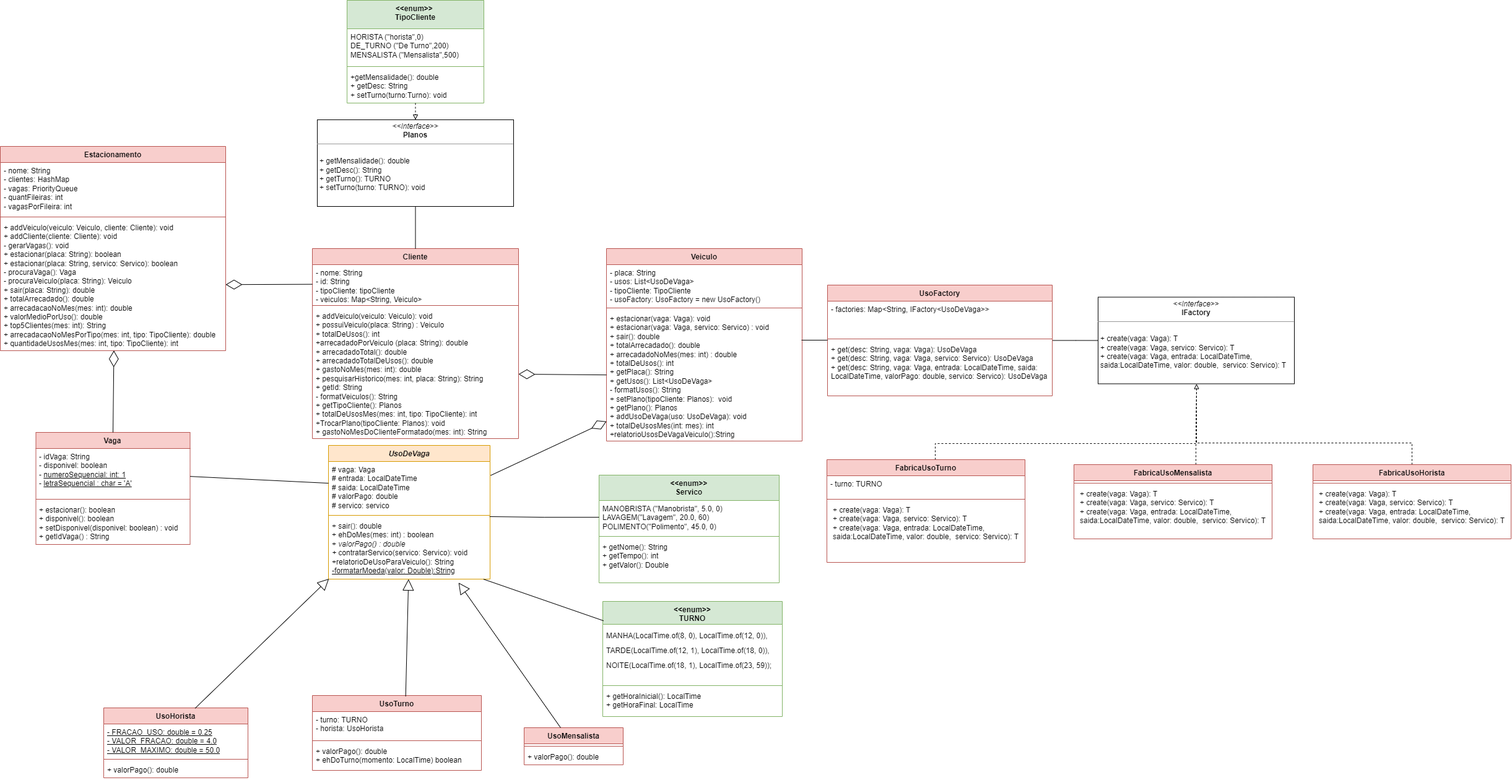
DisciplinasProgramacao/projeto3-g4 keeps this draw.io diagram as docs/diagramas/estacionamentoLPM.drawio.png. Above is the earlier version. Source tidied: cells renumbered, new cells last; positions are measured from the earlier drawing's top-left corner, leaving out a move shared by most shapes.
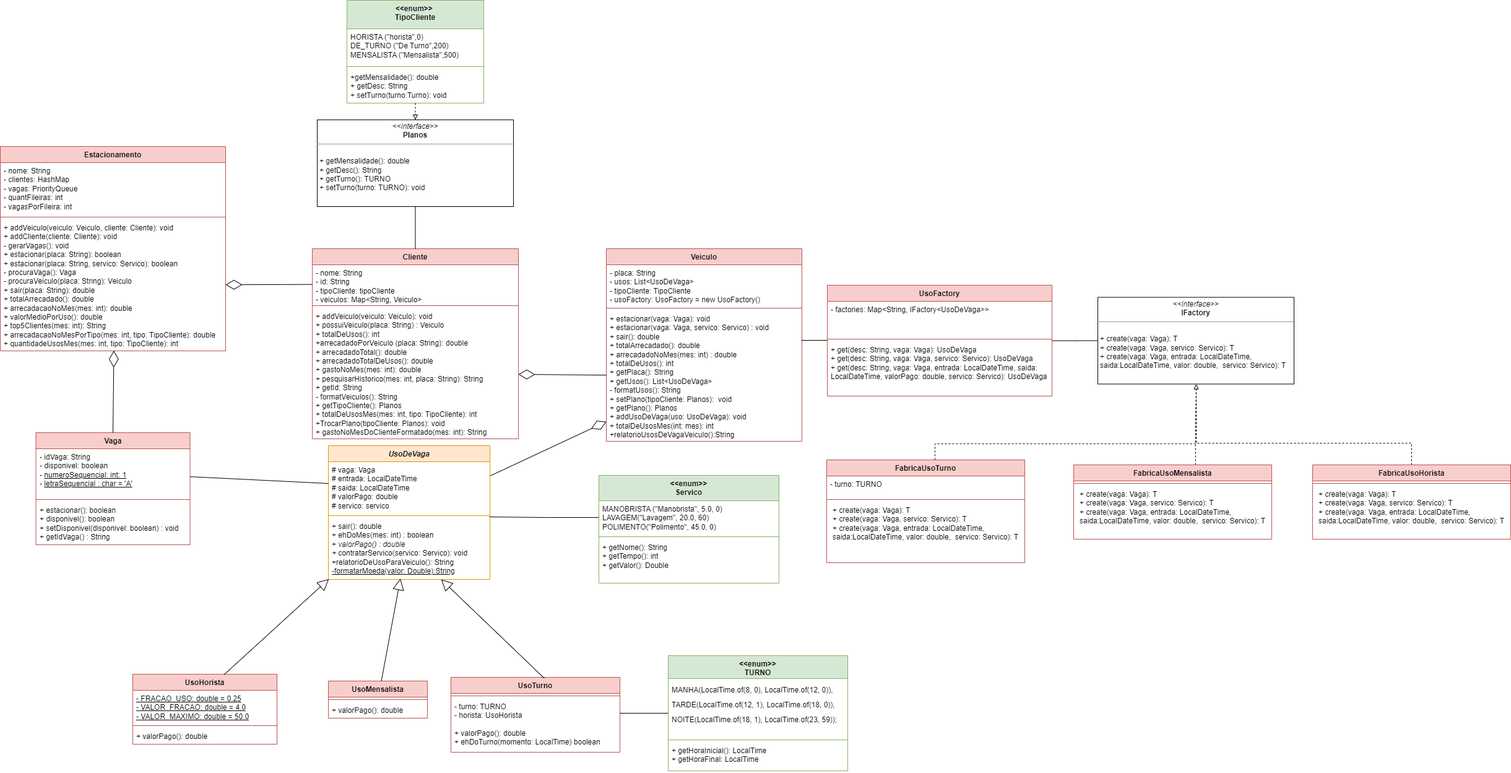
The same diagram one commit later.

Commit message:
diagrama atualizado

What changed in the source:
```diff
@@ -87,7 +87,7 @@
       <mxGeometry y="111" width="221" height="55" as="geometry" />
     </mxCell>
     <mxCell id="30" value="UsoHorista" style="swimlane;fontStyle=1;align=center;verticalAlign=top;horizontal=1;startSize=26;whiteSpace=wrap;html=1;fillColor=#f8cecc;strokeColor=#b85450;" parent="1" vertex="1">
-      <mxGeometry x="167" y="1143" width="233" height="113" as="geometry" />
+      <mxGeometry x="214" y="1088" width="233" height="113" as="geometry" />
     </mxCell>
     <mxCell id="31" value="&lt;u&gt;- FRACAO_USO: double = 0.25&lt;br&gt;- VALOR_FRACAO: double = 4.0&lt;br&gt;- VALOR_MAXIMO: double = 50.0&lt;br&gt;&lt;/u&gt;" style="text;strokeColor=none;fillColor=none;align=left;verticalAlign=top;spacingLeft=4;spacingRight=4;overflow=hidden;whiteSpace=wrap;html=1;" parent="30" vertex="1">
       <mxGeometry y="26" width="233" height="53" as="geometry" />
@@ -99,19 +99,19 @@
       <mxGeometry y="87" width="233" height="26" as="geometry" />
     </mxCell>
     <mxCell id="34" value="UsoTurno" style="swimlane;fontStyle=1;align=center;verticalAlign=top;horizontal=1;startSize=26;whiteSpace=wrap;html=1;fillColor=#f8cecc;strokeColor=#b85450;" parent="1" vertex="1">
-      <mxGeometry x="504" y="1123" width="273" height="121" as="geometry" />
+      <mxGeometry x="728" y="1093" width="273" height="121" as="geometry" />
     </mxCell>
+    <mxCell id="36" style="line;strokeWidth=1;fillColor=none;align=left;verticalAlign=middle;spacingTop=-1;spacingLeft=3;spacingRight=3;labelPosition=right;strokeColor=inherit;" parent="34" vertex="1">
+      <mxGeometry y="26" width="273" height="8" as="geometry" />
+    </mxCell>
     <mxCell id="35" value="- turno: TURNO&lt;br&gt;- horista: UsoHorista" style="text;strokeColor=none;fillColor=none;align=left;verticalAlign=top;spacingLeft=4;spacingRight=4;overflow=hidden;whiteSpace=wrap;html=1;" parent="34" vertex="1">
-      <mxGeometry y="26" width="273" height="43" as="geometry" />
+      <mxGeometry y="34" width="273" height="43" as="geometry" />
     </mxCell>
-    <mxCell id="36" style="line;strokeWidth=1;fillColor=none;align=left;verticalAlign=middle;spacingTop=-1;spacingLeft=3;spacingRight=3;labelPosition=right;strokeColor=inherit;" parent="34" vertex="1">
-      <mxGeometry y="69" width="273" height="8" as="geometry" />
-    </mxCell>
     <mxCell id="37" value="+ valorPago(): double&amp;nbsp;&lt;br&gt;+&amp;nbsp;ehDoTurno(momento:&amp;nbsp;LocalTime) boolean&lt;br&gt;" style="text;strokeColor=none;fillColor=none;align=left;verticalAlign=top;spacingLeft=4;spacingRight=4;overflow=hidden;whiteSpace=wrap;html=1;" parent="34" vertex="1">
       <mxGeometry y="77" width="273" height="44" as="geometry" />
     </mxCell>
     <mxCell id="38" value="UsoMensalista" style="swimlane;fontStyle=1;align=center;verticalAlign=top;horizontal=1;startSize=26;whiteSpace=wrap;html=1;fillColor=#f8cecc;strokeColor=#b85450;" parent="1" vertex="1">
-      <mxGeometry x="846" y="1175" width="160" height="60" as="geometry" />
+      <mxGeometry x="530" y="1099" width="160" height="60" as="geometry" />
     </mxCell>
     <mxCell id="39" style="line;strokeWidth=1;fillColor=none;align=left;verticalAlign=middle;spacingTop=-1;spacingLeft=3;spacingRight=3;labelPosition=right;strokeColor=inherit;" parent="38" vertex="1">
       <mxGeometry y="26" width="160" height="8" as="geometry" />
@@ -119,8 +119,13 @@
     <mxCell id="40" value="+ valorPago(): double" style="text;strokeColor=none;fillColor=none;align=left;verticalAlign=top;spacingLeft=4;spacingRight=4;overflow=hidden;whiteSpace=wrap;html=1;" parent="38" vertex="1">
       <mxGeometry y="34" width="160" height="26" as="geometry" />
     </mxCell>
+    <mxCell id="78" style="edgeStyle=orthogonalEdgeStyle;rounded=0;jettySize=auto;html=1;endArrow=none;endFill=0;" parent="1" edge="1" source="41">
+      <mxGeometry relative="1" as="geometry">
+        <mxPoint x="1001" y="1151" as="targetPoint" />
+      </mxGeometry>
+    </mxCell>
     <mxCell id="41" value="&amp;lt;&amp;lt;enum&amp;gt;&amp;gt;&lt;br&gt;TURNO" style="swimlane;fontStyle=1;align=center;verticalAlign=top;horizontal=1;startSize=37;whiteSpace=wrap;html=1;fillColor=#d5e8d4;strokeColor=#82b366;" parent="1" vertex="1">
-      <mxGeometry x="973" y="971" width="290" height="186" as="geometry" />
+      <mxGeometry x="1079" y="1058" width="290" height="186" as="geometry" />
     </mxCell>
     <mxCell id="42" value="&lt;div style=&quot;line-height: 24px;&quot;&gt;&lt;div style=&quot;&quot;&gt;&lt;span style=&quot;background-color: rgb(255, 255, 255);&quot;&gt;MANHA(LocalTime.of(8, 0), LocalTime.of(12, 0)),&lt;/span&gt;&lt;/div&gt;&lt;div style=&quot;&quot;&gt;&lt;span style=&quot;background-color: rgb(255, 255, 255);&quot;&gt;TARDE(LocalTime.of(12, 1), LocalTime.of(18, 0)),&lt;/span&gt;&lt;/div&gt;&lt;div style=&quot;&quot;&gt;&lt;span style=&quot;background-color: rgb(255, 255, 255);&quot;&gt;NOITE(LocalTime.of(18, 1), LocalTime.of(23, 59));&lt;/span&gt;&lt;/div&gt;&lt;/div&gt;" style="text;strokeColor=none;fillColor=none;align=left;verticalAlign=top;spacingLeft=4;spacingRight=4;overflow=hidden;whiteSpace=wrap;html=1;" parent="41" vertex="1">
       <mxGeometry y="37" width="290" height="95" as="geometry" />
@@ -149,16 +154,13 @@
     <mxCell id="50" style="edgeStyle=orthogonalEdgeStyle;rounded=0;jettySize=auto;html=1;entryX=0.997;entryY=-0.02;entryDx=0;entryDy=0;entryPerimeter=0;endArrow=none;endFill=0;" parent="1" edge="1" source="23" target="17">
       <mxGeometry relative="1" as="geometry" />
     </mxCell>
-    <mxCell id="51" style="rounded=0;jettySize=auto;html=1;entryX=0.959;entryY=1.001;entryDx=0;entryDy=0;entryPerimeter=0;endArrow=none;endFill=0;exitX=0.004;exitY=0.168;exitDx=0;exitDy=0;exitPerimeter=0;" parent="1" edge="1" source="41" target="17">
-      <mxGeometry relative="1" as="geometry" />
-    </mxCell>
     <mxCell id="52" style="endArrow=block;endSize=16;endFill=0;html=1;rounded=0;exitX=0.634;exitY=0.005;exitDx=0;exitDy=0;exitPerimeter=0;entryX=0.003;entryY=0.994;entryDx=0;entryDy=0;entryPerimeter=0;" parent="1" edge="1" source="30" target="17">
       <mxGeometry relative="1" as="geometry" />
     </mxCell>
     <mxCell id="53" style="endArrow=block;endSize=16;endFill=0;html=1;rounded=0;exitX=0.552;exitY=0.012;exitDx=0;exitDy=0;exitPerimeter=0;" parent="1" edge="1" source="34" target="17">
       <mxGeometry relative="1" as="geometry" />
     </mxCell>
-    <mxCell id="54" style="endArrow=block;endSize=16;endFill=0;html=1;rounded=0;entryX=0.805;entryY=1.058;entryDx=0;entryDy=0;entryPerimeter=0;" parent="1" edge="1" source="38" target="17">
+    <mxCell id="54" style="endArrow=block;endSize=16;endFill=0;html=1;rounded=0;entryX=0.446;entryY=0.987;entryDx=0;entryDy=0;entryPerimeter=0;" parent="1" edge="1" source="38" target="17">
       <mxGeometry relative="1" as="geometry" />
     </mxCell>
     <mxCell id="55" style="edgeStyle=orthogonalEdgeStyle;rounded=0;jettySize=auto;html=1;endArrow=none;endFill=0;" parent="1" edge="1" source="56">
```
